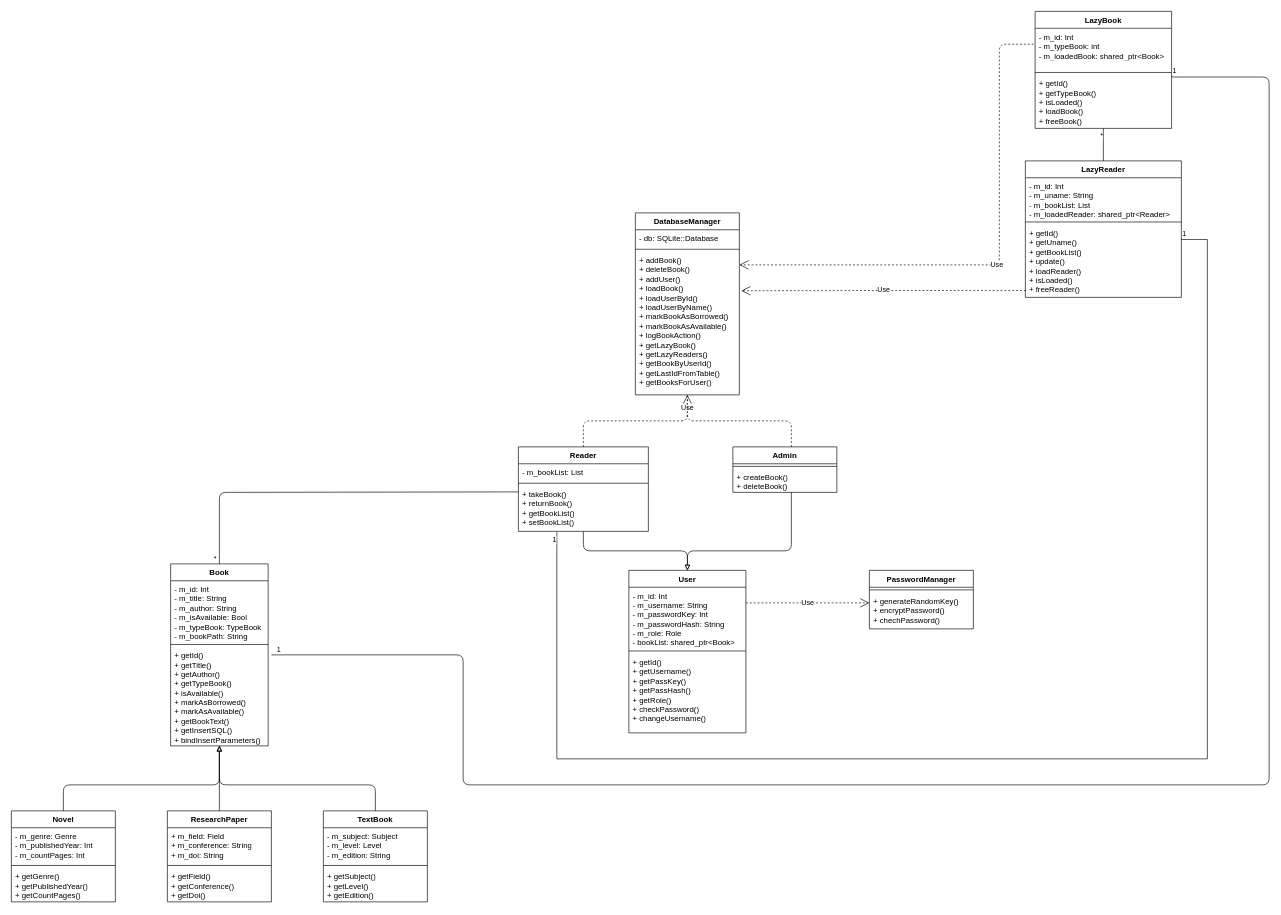
Above: docs/diagramm_class.drawio in djuee/librarysystem (draw.io), before the change. Source tidied: cells renumbered, new cells numbered last; positions are measured from the earlier drawing's top-left corner, leaving out a move shared by most shapes. Both pictures are drawn from the tidied source at 65%, with x=0, y=0 at pixel (11, 11).
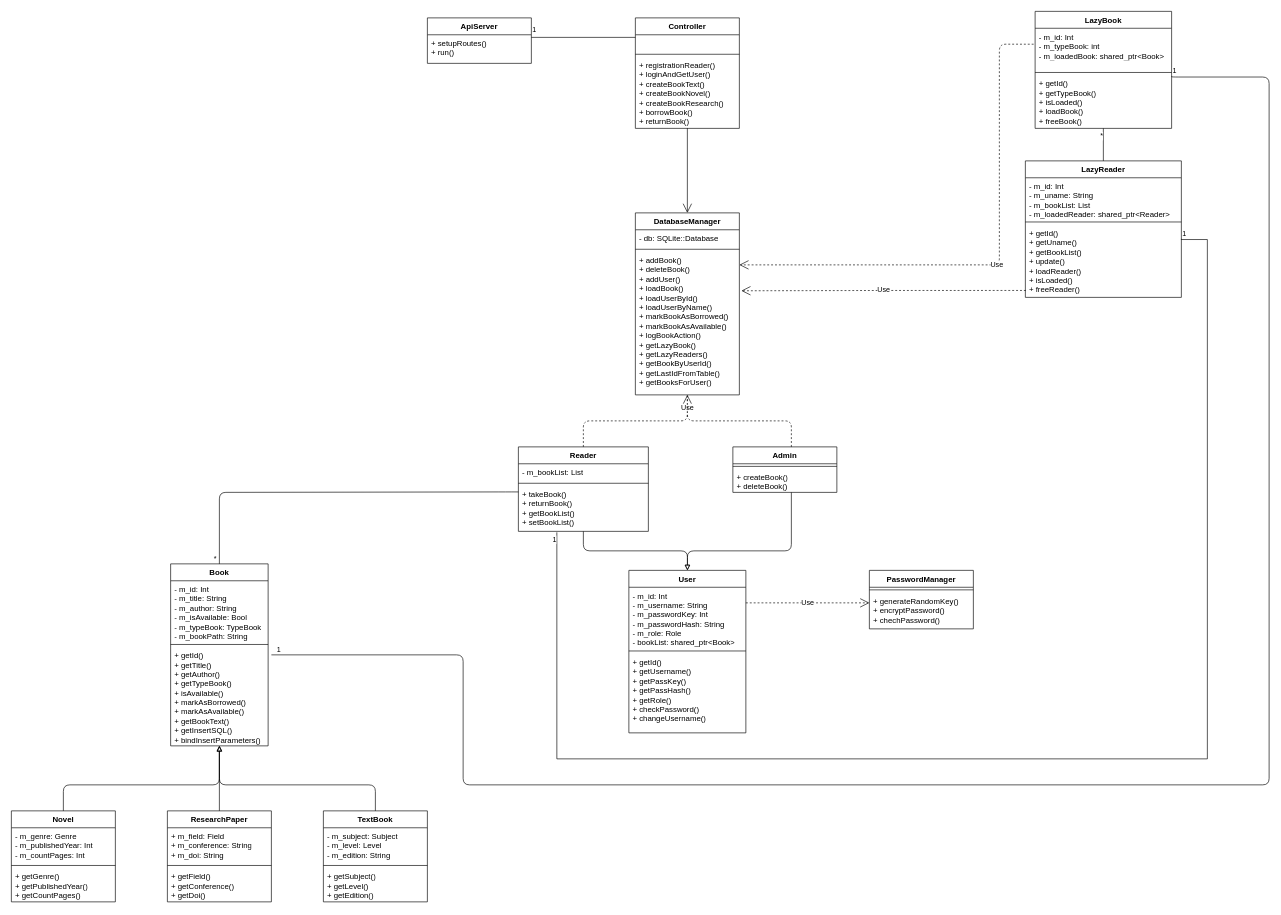
Above is the later version.

Unchanged cells that the change refers to:
```xml
<mxCell id="38" value="DatabaseManager" style="swimlane;fontStyle=1;align=center;verticalAlign=top;horizontal=1;startSize=26;whiteSpace=wrap;html=1;" parent="1" vertex="1">
  <mxGeometry x="960" y="310" width="160" height="280" as="geometry" />
</mxCell>
```

Diff of the diagram source:
```diff
@@
+    <mxCell id="64" value="Controller" style="swimlane;fontStyle=1;align=center;verticalAlign=top;horizontal=1;startSize=26;whiteSpace=wrap;html=1;" parent="1" vertex="1">
+      <mxGeometry x="960" y="10" width="160" height="170" as="geometry" />
+    </mxCell>
+    <mxCell id="65" value="&lt;div&gt;&lt;br&gt;&lt;/div&gt;" style="text;strokeColor=none;fillColor=none;align=left;verticalAlign=top;spacingLeft=4;spacingRight=4;overflow=hidden;whiteSpace=wrap;html=1;" parent="64" vertex="1">
+      <mxGeometry y="26" width="160" height="26" as="geometry" />
+    </mxCell>
+    <mxCell id="66" style="line;strokeWidth=1;fillColor=none;align=left;verticalAlign=middle;spacingTop=-1;spacingLeft=3;spacingRight=3;labelPosition=right;strokeColor=inherit;" parent="64" vertex="1">
+      <mxGeometry y="52" width="160" height="8" as="geometry" />
+    </mxCell>
+    <mxCell id="67" value="&lt;div&gt;+ registrationReader()&lt;/div&gt;&lt;div&gt;+ loginAndGetUser()&lt;/div&gt;&lt;div&gt;+ createBookText()&lt;/div&gt;&lt;div&gt;+ createBookNovel()&lt;/div&gt;&lt;div&gt;+ createBookResearch()&lt;/div&gt;&lt;div&gt;+ borrowBook()&lt;/div&gt;&lt;div&gt;+ returnBook()&lt;/div&gt;&lt;div&gt;&lt;br&gt;&lt;/div&gt;" style="text;strokeColor=none;fillColor=none;align=left;verticalAlign=top;spacingLeft=4;spacingRight=4;overflow=hidden;points=[[0,0.5],[1,0.5]];portConstraint=eastwest;whiteSpace=wrap;html=1;" parent="64" vertex="1">
+      <mxGeometry y="60" width="160" height="110" as="geometry" />
+    </mxCell>
+    <mxCell id="68" style="endArrow=open;endFill=1;endSize=12;html=1;rounded=0;exitX=0.5;exitY=0.997;exitDx=0;exitDy=0;exitPerimeter=0;entryX=0.5;entryY=0;entryDx=0;entryDy=0;" parent="1" edge="1" source="67" target="38">
+      <mxGeometry relative="1" as="geometry" />
+    </mxCell>
+    <mxCell id="69" value="ApiServer" style="swimlane;fontStyle=1;align=center;verticalAlign=top;horizontal=1;startSize=26;whiteSpace=wrap;html=1;" parent="1" vertex="1">
+      <mxGeometry x="640" y="10" width="160" height="70" as="geometry" />
+    </mxCell>
+    <mxCell id="70" value="&lt;div&gt;+ setupRoutes()&lt;/div&gt;&lt;div&gt;+ run()&lt;/div&gt;" style="text;strokeColor=none;fillColor=none;align=left;verticalAlign=top;spacingLeft=4;spacingRight=4;overflow=hidden;whiteSpace=wrap;html=1;" parent="69" vertex="1">
+      <mxGeometry y="26" width="160" height="44" as="geometry" />
+    </mxCell>
+    <mxCell id="71" value="1" style="endArrow=none;html=1;endSize=12;startArrow=none;startSize=14;startFill=0;edgeStyle=orthogonalEdgeStyle;align=left;verticalAlign=bottom;rounded=0;" parent="1" edge="1">
+      <mxGeometry x="-1" y="3" relative="1" as="geometry">
+        <mxPoint x="800" y="40" as="sourcePoint" />
+        <mxPoint x="960" y="40" as="targetPoint" />
+      </mxGeometry>
+    </mxCell>
```
